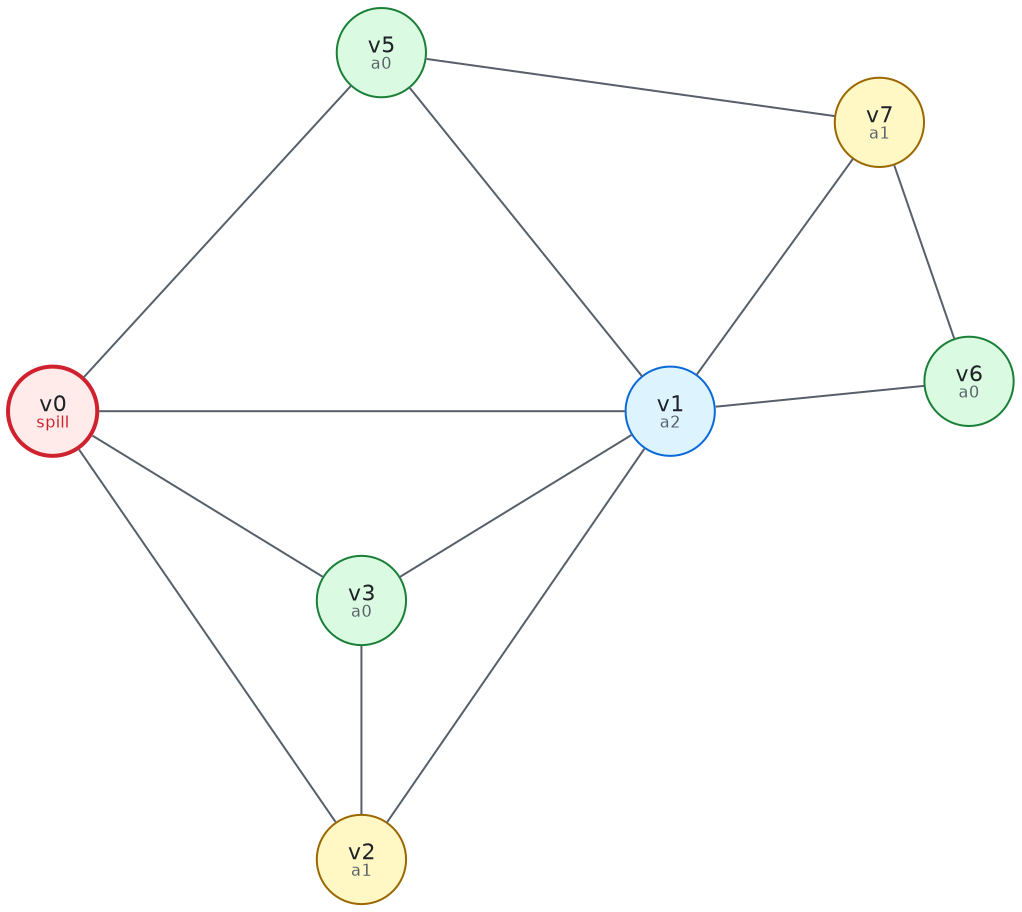
This is Sable/compiler/doc/figures/wt-6-colour.png from aita/CompLab, a Graphviz export, as it was before one commit. Its source is kept beside it as Sable/compiler/doc/figures/wt-6-colour.dot.
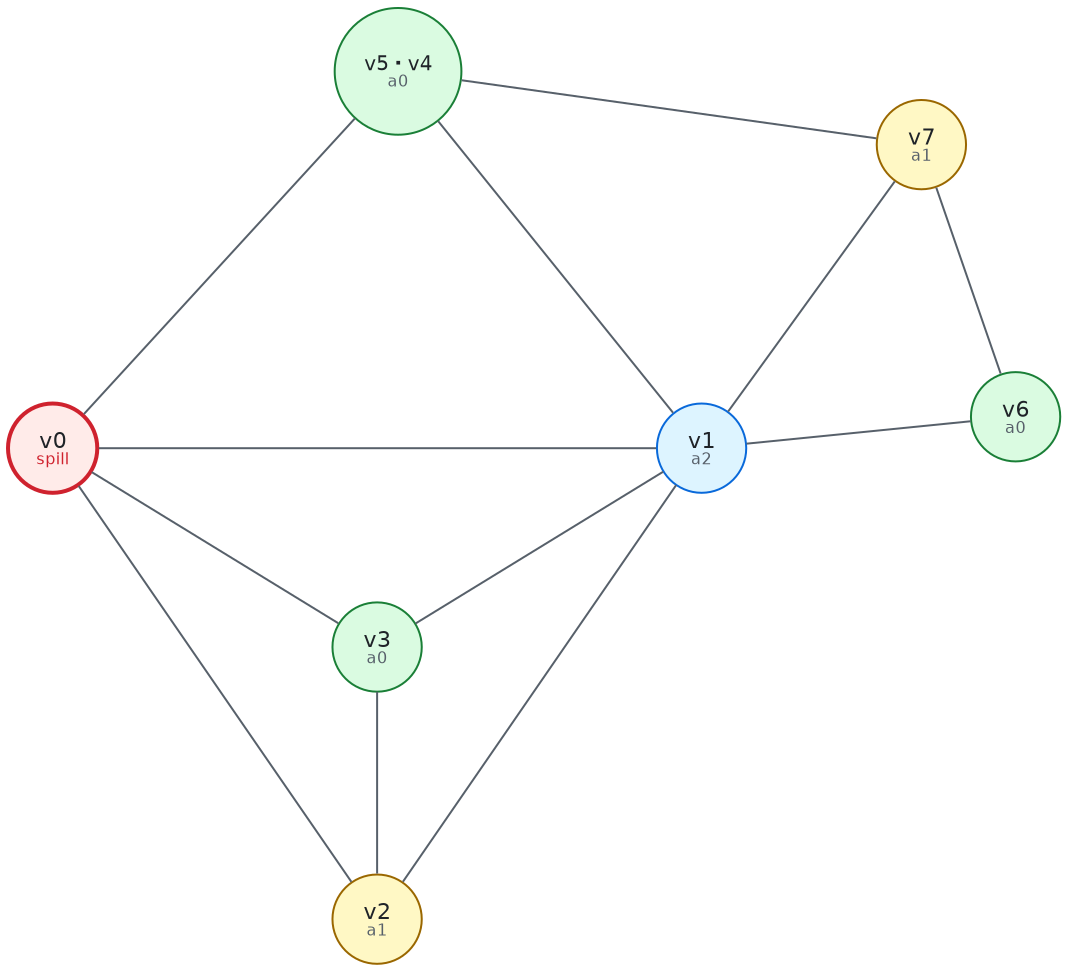
After the commit.

Commit message:
Label the merged node with both registers it came from

Diff of the diagram source:
```diff
@@ -11,7 +11,7 @@
   v1 [label = <v1<BR/><FONT POINT-SIZE="8" COLOR="#57606a">a2</FONT>>, fillcolor = "#ddf4ff", color = "#0969da" pos = "1.55,0.1!"];
   v2 [label = <v2<BR/><FONT POINT-SIZE="8" COLOR="#57606a">a1</FONT>>, fillcolor = "#fff8c5", color = "#9a6700" pos = "0,-2.15!"];
   v3 [label = <v3<BR/><FONT POINT-SIZE="8" COLOR="#57606a">a0</FONT>>, fillcolor = "#dafbe1", color = "#1a7f37" pos = "0,-0.85!"];
-  v5 [label = <v5<BR/><FONT POINT-SIZE="8" COLOR="#57606a">a0</FONT>>, fillcolor = "#dafbe1", color = "#1a7f37" pos = "0.1,1.9!"];
+  v5 [width = 0.88, fontsize = 10, label = <v5・v4<BR/><FONT POINT-SIZE="8" COLOR="#57606a">a0</FONT>>, fillcolor = "#dafbe1", color = "#1a7f37" pos = "0.1,1.9!"];
   v7 [label = <v7<BR/><FONT POINT-SIZE="8" COLOR="#57606a">a1</FONT>>, fillcolor = "#fff8c5", color = "#9a6700" pos = "2.6,1.55!"];
   v6 [label = <v6<BR/><FONT POINT-SIZE="8" COLOR="#57606a">a0</FONT>>, fillcolor = "#dafbe1", color = "#1a7f37" pos = "3.05,0.25!"];
   v0 -- v1 [color = "#57606a"];
```
